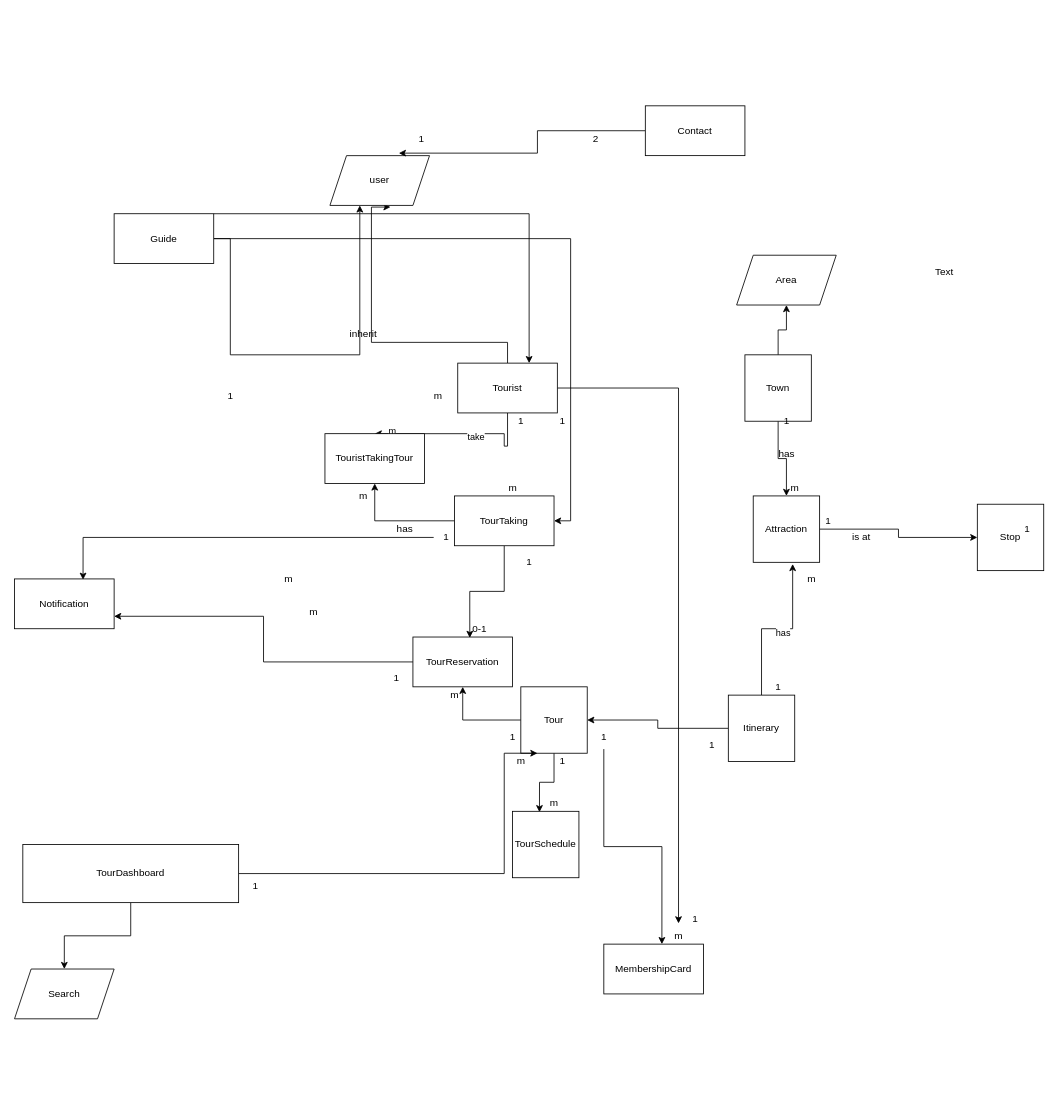
The draw.io diagram src/main/resources/Tours Diagram.drawio in ShenyiQinxin/Tourify, before the edit. Source tidied: cells renumbered, new cells numbered last; positions are measured from the earlier drawing's top-left corner, leaving out a move shared by most shapes. Both pictures are drawn from the tidied source at 83%, with x=0, y=0 at pixel (14, 105).
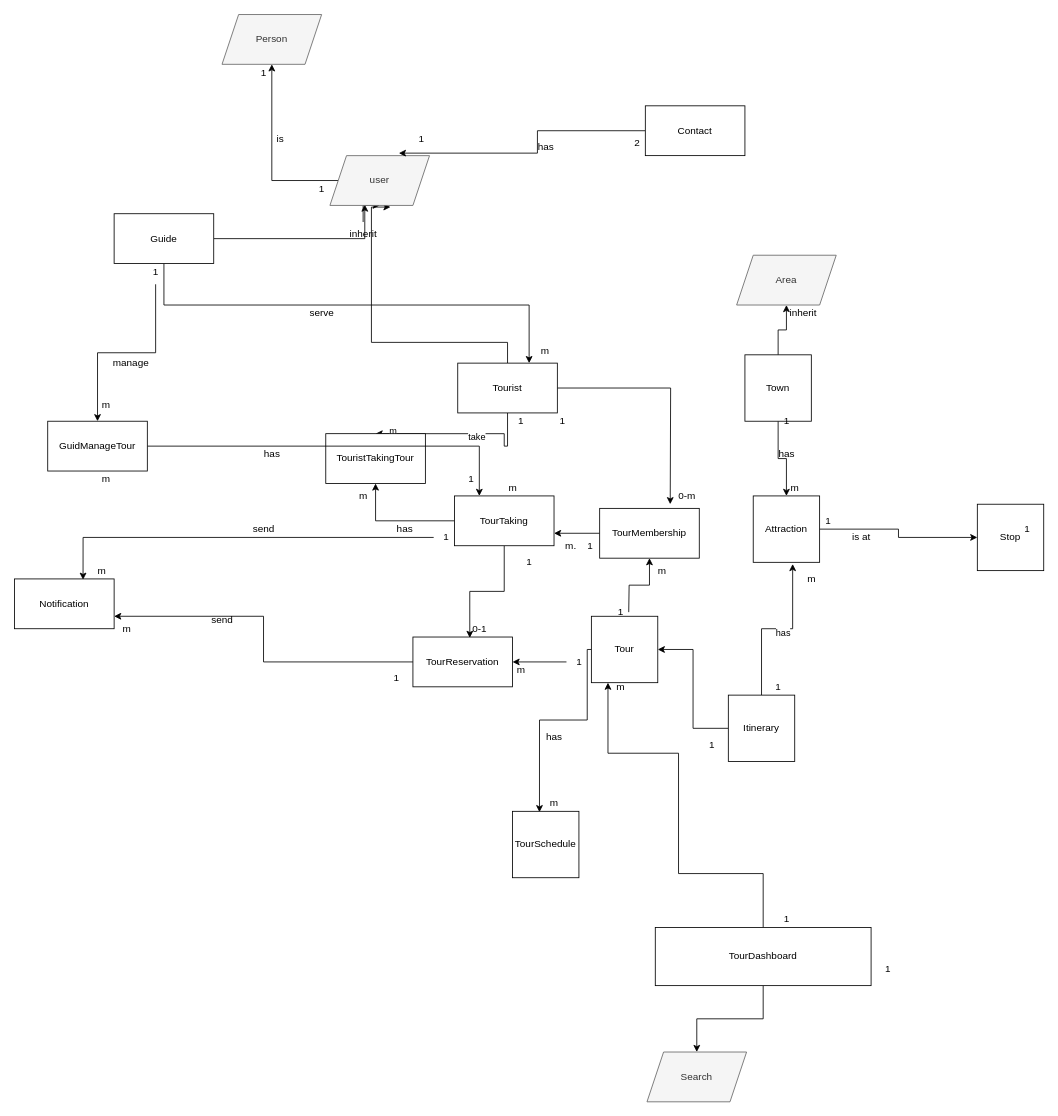
The same page after the edit.

Unchanged cells that the change refers to:
```xml
<mxCell id="5" value="TourSchedule" style="whiteSpace=wrap;html=1;" parent="1" vertex="1">
  <mxGeometry x="600" y="850" width="80" height="80" as="geometry" />
</mxCell>
<mxCell id="21" value="Tourist" style="whiteSpace=wrap;html=1;" parent="1" vertex="1">
  <mxGeometry x="534" y="310" width="120" height="60" as="geometry" />
</mxCell>
<mxCell id="25" value="Guide" style="whiteSpace=wrap;html=1;" parent="1" vertex="1">
  <mxGeometry x="120" y="130" width="120" height="60" as="geometry" />
</mxCell>
<mxCell id="28" value="TourTaking" style="whiteSpace=wrap;html=1;" parent="1" vertex="1">
  <mxGeometry x="530" y="470" width="120" height="60" as="geometry" />
</mxCell>
<mxCell id="30" value="TourReservation" style="whiteSpace=wrap;html=1;" parent="1" vertex="1">
  <mxGeometry x="480" y="640" width="120" height="60" as="geometry" />
</mxCell>
```

What changed in the source:
```diff
@@
     <mxCell id="2" style="edgeStyle=orthogonalEdgeStyle;rounded=0;jettySize=auto;html=1;entryX=0.406;entryY=0.013;entryDx=0;entryDy=0;entryPerimeter=0;" parent="1" edge="1" source="4" target="5">
-      <mxGeometry relative="1" as="geometry" />
+      <mxGeometry relative="1" as="geometry">
+        <Array as="points">
+          <mxPoint x="690" y="655" />
+          <mxPoint x="690" y="740" />
+          <mxPoint x="633" y="740" />
+        </Array>
+      </mxGeometry>
     </mxCell>
-    <mxCell id="3" style="edgeStyle=orthogonalEdgeStyle;rounded=0;jettySize=auto;html=1;exitX=0;exitY=0.5;exitDx=0;exitDy=0;entryX=0.5;entryY=1;entryDx=0;entryDy=0;" parent="1" edge="1" source="4" target="30">
-      <mxGeometry relative="1" as="geometry" />
-    </mxCell>
     <mxCell id="4" value="Tour" style="whiteSpace=wrap;html=1;" parent="1" vertex="1">
-      <mxGeometry x="610" y="700" width="80" height="80" as="geometry" />
+      <mxGeometry x="695" y="615" width="80" height="80" as="geometry" />
     </mxCell>
@@
-    <mxCell id="20" style="edgeStyle=orthogonalEdgeStyle;rounded=0;jettySize=auto;html=1;" parent="1" edge="1" source="21" target="71">
-      <mxGeometry relative="1" as="geometry" />
+    <mxCell id="20" style="edgeStyle=orthogonalEdgeStyle;rounded=0;jettySize=auto;html=1;" parent="1" edge="1" source="21">
+      <mxGeometry relative="1" as="geometry">
+        <mxPoint x="790" y="480" as="targetPoint" />
+      </mxGeometry>
     </mxCell>
@@
-    <mxCell id="22" style="edgeStyle=orthogonalEdgeStyle;rounded=0;jettySize=auto;html=1;" parent="1" edge="1" source="25" target="31">
-      <mxGeometry relative="1" as="geometry">
-        <Array as="points">
-          <mxPoint x="260" y="160" />
-          <mxPoint x="260" y="300" />
-          <mxPoint x="416" y="300" />
-        </Array>
-      </mxGeometry>
+    <mxCell id="22" style="edgeStyle=orthogonalEdgeStyle;rounded=0;jettySize=auto;html=1;startArrow=none;" parent="1" edge="1" source="32" target="31">
+      <mxGeometry relative="1" as="geometry" />
     </mxCell>
     <mxCell id="23" style="edgeStyle=orthogonalEdgeStyle;rounded=0;jettySize=auto;html=1;" parent="1" edge="1" source="25">
       <mxGeometry relative="1" as="geometry">
         <mxPoint x="620" y="310" as="targetPoint" />
         <Array as="points">
-          <mxPoint x="620" y="130" />
+          <mxPoint x="180" y="240" />
+          <mxPoint x="620" y="240" />
         </Array>
       </mxGeometry>
     </mxCell>
-    <mxCell id="24" style="edgeStyle=orthogonalEdgeStyle;rounded=0;jettySize=auto;html=1;entryX=1;entryY=0.5;entryDx=0;entryDy=0;" parent="1" edge="1" source="25" target="28">
-      <mxGeometry relative="1" as="geometry" />
-    </mxCell>
+    <mxCell id="79" style="edgeStyle=orthogonalEdgeStyle;rounded=0;jettySize=auto;html=1;entryX=0.35;entryY=0.983;entryDx=0;entryDy=0;entryPerimeter=0;" parent="1" edge="1" source="25" target="31">
+      <mxGeometry relative="1" as="geometry" />
+    </mxCell>
@@
+    <mxCell id="80" style="edgeStyle=orthogonalEdgeStyle;rounded=0;jettySize=auto;html=1;" parent="1" edge="1" source="31" target="102">
+      <mxGeometry relative="1" as="geometry" />
+    </mxCell>
-    <mxCell id="31" value="user" style="shape=parallelogram;perimeter=parallelogramPerimeter;whiteSpace=wrap;html=1;fixedSize=1;" parent="1" vertex="1">
+    <mxCell id="31" value="user" style="shape=parallelogram;perimeter=parallelogramPerimeter;whiteSpace=wrap;html=1;fixedSize=1;fillColor=#f5f5f5;fontColor=#333333;strokeColor=#666666;" parent="1" vertex="1">
       <mxGeometry x="380" y="60" width="120" height="60" as="geometry" />
     </mxCell>
-    <mxCell id="32" value="inherit" style="text;html=1;align=center;verticalAlign=middle;points=[];strokeColor=none;fillColor=none;" parent="1" vertex="1">
-      <mxGeometry x="390" y="260" width="60" height="30" as="geometry" />
-    </mxCell>
-    <mxCell id="33" value="Area" style="shape=parallelogram;perimeter=parallelogramPerimeter;whiteSpace=wrap;html=1;fixedSize=1;" parent="1" vertex="1">
+    <mxCell id="33" value="Area" style="shape=parallelogram;perimeter=parallelogramPerimeter;whiteSpace=wrap;html=1;fixedSize=1;fillColor=#f5f5f5;fontColor=#333333;strokeColor=#666666;" parent="1" vertex="1">
       <mxGeometry x="870" y="180" width="120" height="60" as="geometry" />
     </mxCell>
@@
     <mxCell id="44" value="TouristTakingTour" style="whiteSpace=wrap;html=1;" parent="1" vertex="1">
-      <mxGeometry x="374" y="395" width="120" height="60" as="geometry" />
+      <mxGeometry x="375" y="395" width="120" height="60" as="geometry" />
     </mxCell>
@@
-    <mxCell id="49" style="edgeStyle=orthogonalEdgeStyle;rounded=0;jettySize=auto;html=1;entryX=0.583;entryY=0;entryDx=0;entryDy=0;entryPerimeter=0;" parent="1" edge="1" source="50" target="70">
-      <mxGeometry relative="1" as="geometry" />
+    <mxCell id="49" style="edgeStyle=orthogonalEdgeStyle;rounded=0;jettySize=auto;html=1;" parent="1" edge="1" target="70">
+      <mxGeometry relative="1" as="geometry">
+        <mxPoint x="740" y="610" as="sourcePoint" />
+      </mxGeometry>
     </mxCell>
     <mxCell id="50" value="1" style="text;html=1;align=center;verticalAlign=middle;points=[];strokeColor=none;fillColor=none;" parent="1" vertex="1">
-      <mxGeometry x="695" y="745" width="30" height="30" as="geometry" />
+      <mxGeometry x="715" y="595" width="30" height="30" as="geometry" />
     </mxCell>
@@
-    <mxCell id="52" value="1" style="text;html=1;align=center;verticalAlign=middle;strokeColor=none;fillColor=none;" parent="1" vertex="1">
-      <mxGeometry x="645" y="775" width="30" height="30" as="geometry" />
-    </mxCell>
@@
+    <mxCell id="81" style="edgeStyle=orthogonalEdgeStyle;rounded=0;jettySize=auto;html=1;entryX=1;entryY=0.5;entryDx=0;entryDy=0;" parent="1" edge="1" source="56" target="30">
+      <mxGeometry relative="1" as="geometry" />
+    </mxCell>
     <mxCell id="56" value="1" style="text;html=1;align=center;verticalAlign=middle;points=[];strokeColor=none;fillColor=none;" parent="1" vertex="1">
-      <mxGeometry x="585" y="745" width="30" height="30" as="geometry" />
+      <mxGeometry x="665" y="655" width="30" height="30" as="geometry" />
     </mxCell>
     <mxCell id="57" value="m" style="text;html=1;align=center;verticalAlign=middle;strokeColor=none;fillColor=none;" parent="1" vertex="1">
-      <mxGeometry x="515" y="695" width="30" height="30" as="geometry" />
+      <mxGeometry x="595" y="665" width="30" height="30" as="geometry" />
     </mxCell>
@@
     <mxCell id="59" value="m" style="text;html=1;align=center;verticalAlign=middle;strokeColor=none;fillColor=none;" parent="1" vertex="1">
-      <mxGeometry x="315" y="555" width="30" height="30" as="geometry" />
+      <mxGeometry x="90" y="545" width="30" height="30" as="geometry" />
     </mxCell>
     <mxCell id="60" value="m" style="text;html=1;align=center;verticalAlign=middle;strokeColor=none;fillColor=none;" parent="1" vertex="1">
-      <mxGeometry x="345" y="595" width="30" height="30" as="geometry" />
+      <mxGeometry x="120" y="615" width="30" height="30" as="geometry" />
     </mxCell>
@@
-    <mxCell id="62" value="1" style="text;html=1;align=center;verticalAlign=middle;strokeColor=none;fillColor=none;" parent="1" vertex="1">
-      <mxGeometry x="245" y="335" width="30" height="30" as="geometry" />
-    </mxCell>
-    <mxCell id="63" value="m" style="text;html=1;align=center;verticalAlign=middle;strokeColor=none;fillColor=none;" parent="1" vertex="1">
-      <mxGeometry x="495" y="335" width="30" height="30" as="geometry" />
-    </mxCell>
-    <mxCell id="64" value="Text" style="text;html=1;align=center;verticalAlign=middle;strokeColor=none;fillColor=none;" parent="1" vertex="1">
-      <mxGeometry x="1095" y="185" width="50" height="30" as="geometry" />
-    </mxCell>
     <mxCell id="65" style="edgeStyle=orthogonalEdgeStyle;rounded=0;jettySize=auto;html=1;entryX=0.25;entryY=1;entryDx=0;entryDy=0;" parent="1" edge="1" source="67" target="4">
       <mxGeometry relative="1" as="geometry">
         <Array as="points">
-          <mxPoint x="590" y="925" />
-          <mxPoint x="590" y="780" />
+          <mxPoint x="902" y="925" />
+          <mxPoint x="800" y="925" />
+          <mxPoint x="800" y="780" />
+          <mxPoint x="715" y="780" />
         </Array>
       </mxGeometry>
     </mxCell>
@@
     <mxCell id="67" value="TourDashboard" style="whiteSpace=wrap;html=1;" parent="1" vertex="1">
-      <mxGeometry x="10" y="890" width="260" height="70" as="geometry" />
+      <mxGeometry x="772" y="990" width="260" height="70" as="geometry" />
     </mxCell>
     <mxCell id="68" value="1" style="text;html=1;align=center;verticalAlign=middle;strokeColor=none;fillColor=none;" parent="1" vertex="1">
-      <mxGeometry x="275" y="925" width="30" height="30" as="geometry" />
+      <mxGeometry x="1037" y="1025" width="30" height="30" as="geometry" />
     </mxCell>
-    <mxCell id="69" value="m" style="text;html=1;align=center;verticalAlign=middle;strokeColor=none;fillColor=none;" parent="1" vertex="1">
-      <mxGeometry x="595" y="775" width="30" height="30" as="geometry" />
-    </mxCell>
+    <mxCell id="82" style="edgeStyle=orthogonalEdgeStyle;rounded=0;jettySize=auto;html=1;entryX=1;entryY=0.75;entryDx=0;entryDy=0;" parent="1" edge="1" source="70" target="28">
+      <mxGeometry relative="1" as="geometry" />
+    </mxCell>
-    <mxCell id="70" value="MembershipCard" style="whiteSpace=wrap;html=1;" parent="1" vertex="1">
-      <mxGeometry x="710" y="1010" width="120" height="60" as="geometry" />
+    <mxCell id="70" value="TourMembership" style="whiteSpace=wrap;html=1;" parent="1" vertex="1">
+      <mxGeometry x="705" y="485" width="120" height="60" as="geometry" />
     </mxCell>
-    <mxCell id="71" value="m" style="text;html=1;align=center;verticalAlign=middle;points=[];strokeColor=none;fillColor=none;" parent="1" vertex="1">
-      <mxGeometry x="785" y="985" width="30" height="30" as="geometry" />
-    </mxCell>
-    <mxCell id="72" value="1" style="text;html=1;align=center;verticalAlign=middle;strokeColor=none;fillColor=none;" parent="1" vertex="1">
-      <mxGeometry x="805" y="965" width="30" height="30" as="geometry" />
-    </mxCell>
@@
     <mxCell id="77" value="2" style="text;html=1;align=center;verticalAlign=middle;strokeColor=none;fillColor=none;" parent="1" vertex="1">
-      <mxGeometry x="685" y="25" width="30" height="30" as="geometry" />
+      <mxGeometry x="735" y="30" width="30" height="30" as="geometry" />
     </mxCell>
-    <mxCell id="78" value="Search" style="shape=parallelogram;perimeter=parallelogramPerimeter;whiteSpace=wrap;html=1;fixedSize=1;" parent="1" vertex="1">
-      <mxGeometry y="1040" width="120" height="60" as="geometry" />
+    <mxCell id="78" value="Search" style="shape=parallelogram;perimeter=parallelogramPerimeter;whiteSpace=wrap;html=1;fixedSize=1;fillColor=#f5f5f5;fontColor=#333333;strokeColor=#666666;" parent="1" vertex="1">
+      <mxGeometry x="762" y="1140" width="120" height="60" as="geometry" />
     </mxCell>
+    <mxCell id="83" value="0-m" style="text;html=1;align=center;verticalAlign=middle;strokeColor=none;fillColor=none;" parent="1" vertex="1">
+      <mxGeometry x="790" y="455" width="40" height="30" as="geometry" />
+    </mxCell>
+    <mxCell id="84" value="m" style="text;html=1;align=center;verticalAlign=middle;strokeColor=none;fillColor=none;" parent="1" vertex="1">
+      <mxGeometry x="765" y="545" width="30" height="30" as="geometry" />
+    </mxCell>
+    <mxCell id="85" value="1" style="text;html=1;align=center;verticalAlign=middle;strokeColor=none;fillColor=none;" parent="1" vertex="1">
+      <mxGeometry x="915" y="965" width="30" height="30" as="geometry" />
+    </mxCell>
+    <mxCell id="86" value="m" style="text;html=1;align=center;verticalAlign=middle;strokeColor=none;fillColor=none;" parent="1" vertex="1">
+      <mxGeometry x="715" y="685" width="30" height="30" as="geometry" />
+    </mxCell>
+    <mxCell id="87" value="m.&amp;nbsp; &amp;nbsp; 1" style="text;html=1;align=center;verticalAlign=middle;strokeColor=none;fillColor=none;" parent="1" vertex="1">
+      <mxGeometry x="650" y="515" width="60" height="30" as="geometry" />
+    </mxCell>
+    <mxCell id="88" value="send" style="text;html=1;align=center;verticalAlign=middle;strokeColor=none;fillColor=none;" parent="1" vertex="1">
+      <mxGeometry x="275" y="495" width="50" height="30" as="geometry" />
+    </mxCell>
+    <mxCell id="89" value="send" style="text;html=1;align=center;verticalAlign=middle;strokeColor=none;fillColor=none;" parent="1" vertex="1">
+      <mxGeometry x="225" y="605" width="50" height="30" as="geometry" />
+    </mxCell>
+    <mxCell id="90" value="has" style="text;html=1;align=center;verticalAlign=middle;strokeColor=none;fillColor=none;" parent="1" vertex="1">
+      <mxGeometry x="630" y="745" width="40" height="30" as="geometry" />
+    </mxCell>
+    <mxCell id="32" value="inherit" style="text;html=1;align=center;verticalAlign=middle;points=[];strokeColor=none;fillColor=none;" parent="1" vertex="1">
+      <mxGeometry x="390" y="140" width="60" height="30" as="geometry" />
+    </mxCell>
+    <mxCell id="91" value="serve" style="text;html=1;align=center;verticalAlign=middle;strokeColor=none;fillColor=none;" parent="1" vertex="1">
+      <mxGeometry x="345" y="235" width="50" height="30" as="geometry" />
+    </mxCell>
+    <mxCell id="92" style="edgeStyle=orthogonalEdgeStyle;rounded=0;jettySize=auto;html=1;" parent="1" edge="1" source="93" target="96">
+      <mxGeometry relative="1" as="geometry" />
+    </mxCell>
+    <mxCell id="93" value="1" style="text;html=1;align=center;verticalAlign=middle;points=[];strokeColor=none;fillColor=none;" parent="1" vertex="1">
+      <mxGeometry x="155" y="185" width="30" height="30" as="geometry" />
+    </mxCell>
+    <mxCell id="94" value="m" style="text;html=1;align=center;verticalAlign=middle;strokeColor=none;fillColor=none;" parent="1" vertex="1">
+      <mxGeometry x="624" y="280" width="30" height="30" as="geometry" />
+    </mxCell>
+    <mxCell id="95" style="edgeStyle=orthogonalEdgeStyle;rounded=0;jettySize=auto;html=1;entryX=0.25;entryY=0;entryDx=0;entryDy=0;" parent="1" edge="1" source="96" target="28">
+      <mxGeometry relative="1" as="geometry" />
+    </mxCell>
+    <mxCell id="96" value="GuidManageTour" style="whiteSpace=wrap;html=1;" parent="1" vertex="1">
+      <mxGeometry x="40" y="380" width="120" height="60" as="geometry" />
+    </mxCell>
+    <mxCell id="97" value="manage" style="text;html=1;align=center;verticalAlign=middle;strokeColor=none;fillColor=none;" parent="1" vertex="1">
+      <mxGeometry x="105" y="295" width="70" height="30" as="geometry" />
+    </mxCell>
+    <mxCell id="98" value="m" style="text;html=1;align=center;verticalAlign=middle;strokeColor=none;fillColor=none;" parent="1" vertex="1">
+      <mxGeometry x="95" y="345" width="30" height="30" as="geometry" />
+    </mxCell>
+    <mxCell id="99" value="m" style="text;html=1;align=center;verticalAlign=middle;strokeColor=none;fillColor=none;" parent="1" vertex="1">
+      <mxGeometry x="95" y="435" width="30" height="30" as="geometry" />
+    </mxCell>
+    <mxCell id="100" value="1" style="text;html=1;align=center;verticalAlign=middle;strokeColor=none;fillColor=none;" parent="1" vertex="1">
+      <mxGeometry x="535" y="435" width="30" height="30" as="geometry" />
+    </mxCell>
+    <mxCell id="101" value="has" style="text;html=1;align=center;verticalAlign=middle;strokeColor=none;fillColor=none;" parent="1" vertex="1">
+      <mxGeometry x="290" y="405" width="40" height="30" as="geometry" />
+    </mxCell>
+    <mxCell id="102" value="Person" style="shape=parallelogram;perimeter=parallelogramPerimeter;whiteSpace=wrap;html=1;fixedSize=1;fillColor=#f5f5f5;fontColor=#333333;strokeColor=#666666;" parent="1" vertex="1">
+      <mxGeometry x="250" y="-110" width="120" height="60" as="geometry" />
+    </mxCell>
+    <mxCell id="103" value="1" style="text;html=1;align=center;verticalAlign=middle;strokeColor=none;fillColor=none;" parent="1" vertex="1">
+      <mxGeometry x="285" y="-55" width="30" height="30" as="geometry" />
+    </mxCell>
+    <mxCell id="104" value="1" style="text;html=1;align=center;verticalAlign=middle;strokeColor=none;fillColor=none;" parent="1" vertex="1">
+      <mxGeometry x="355" y="85" width="30" height="30" as="geometry" />
+    </mxCell>
+    <mxCell id="105" value="is" style="text;html=1;align=center;verticalAlign=middle;strokeColor=none;fillColor=none;" parent="1" vertex="1">
+      <mxGeometry x="305" y="25" width="30" height="30" as="geometry" />
+    </mxCell>
+    <mxCell id="106" value="has" style="text;html=1;align=center;verticalAlign=middle;strokeColor=none;fillColor=none;" parent="1" vertex="1">
+      <mxGeometry x="620" y="35" width="40" height="30" as="geometry" />
+    </mxCell>
+    <mxCell id="107" value="inherit" style="text;html=1;align=center;verticalAlign=middle;strokeColor=none;fillColor=none;" parent="1" vertex="1">
+      <mxGeometry x="920" y="235" width="60" height="30" as="geometry" />
+    </mxCell>
```
